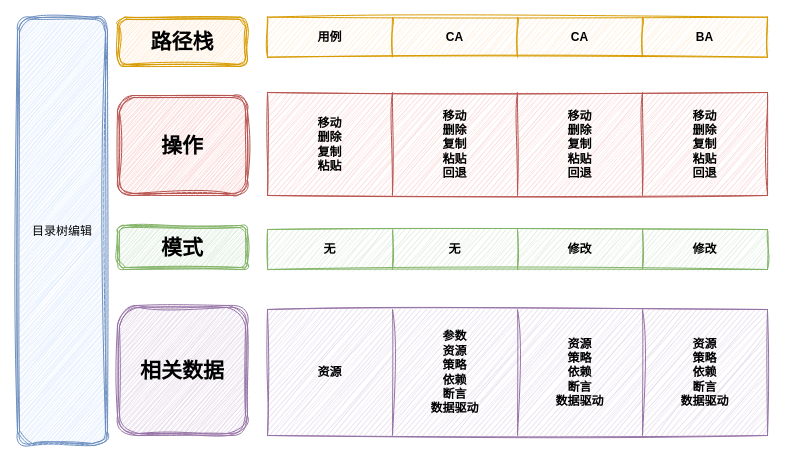
Earlier version of the draw.io diagram front/dir_view_record.drawio (muxicode/c153080686). Source tidied: cells renumbered, new cells numbered last; positions are measured from the earlier drawing's top-left corner, leaving out a move shared by most shapes. Both pictures are drawn from the tidied source at 100%, with x=0, y=0 at pixel (17, 17).
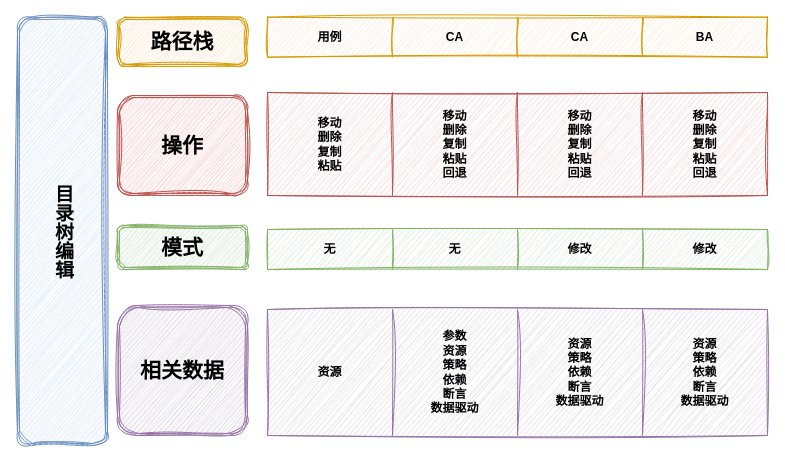
Above is the later version.

What changed in the source:
```diff
@@
-    <mxCell id="30" value="目录树编辑" style="shape=ext;double=1;rounded=1;whiteSpace=wrap;html=1;align=center;verticalAlign=middle;fontFamily=Helvetica;fontSize=12;sketch=1;curveFitting=1;jiggle=2;fillColor=#dae8fc;strokeColor=#6c8ebf;" parent="1" vertex="1">
+    <mxCell id="30" value="&lt;div style=&quot;&quot;&gt;&lt;span style=&quot;font-family: Verdana; background-color: initial;&quot;&gt;&lt;font style=&quot;font-size: 19px;&quot;&gt;&lt;b&gt;目录树编辑&lt;/b&gt;&lt;/font&gt;&lt;/span&gt;&lt;br&gt;&lt;/div&gt;" style="shape=ext;double=1;rounded=1;whiteSpace=wrap;html=1;align=center;verticalAlign=middle;fontFamily=Helvetica;fontSize=12;sketch=1;curveFitting=1;jiggle=2;fillColor=#dae8fc;strokeColor=#6c8ebf;horizontal=1;textDirection=vertical-lr;" parent="1" vertex="1">
       <mxGeometry y="-0.3" width="90" height="428.3" as="geometry" />
     </mxCell>
```
